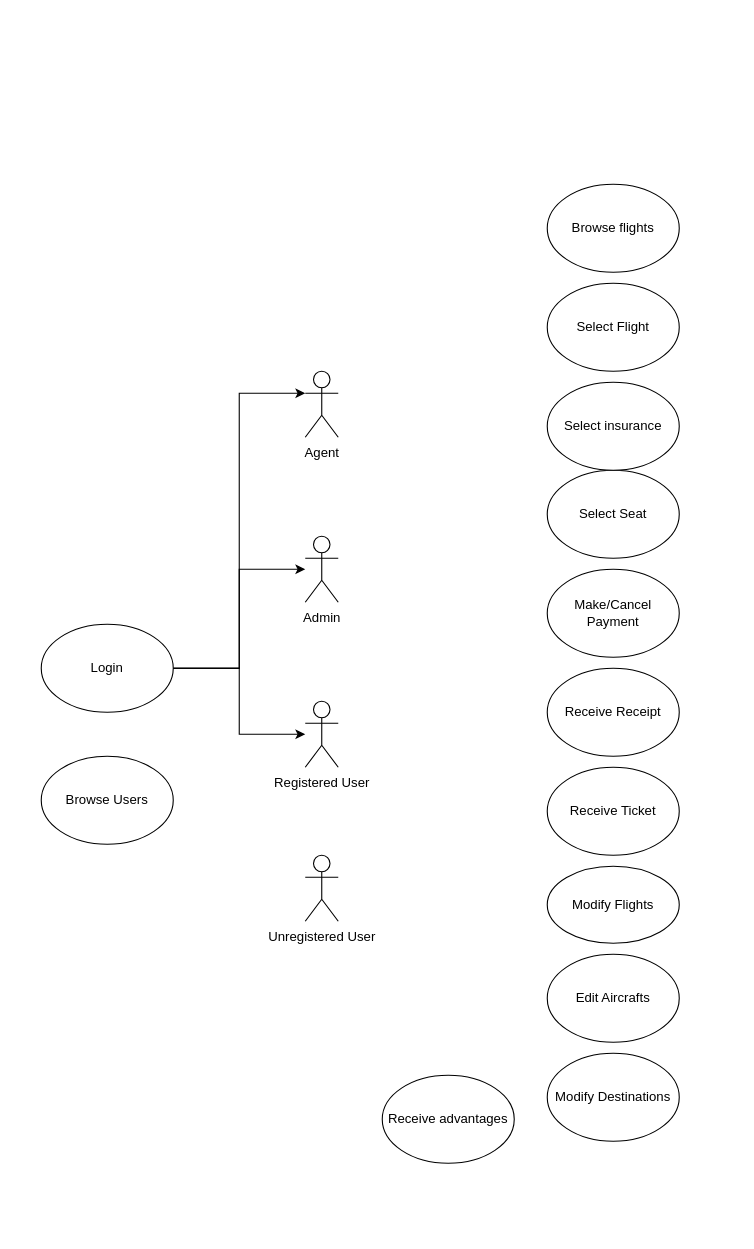
Earlier version of the draw.io diagram use_case_diagram.drawio (Not-Nimna/flight_reservation). Source tidied: cells renumbered, new cells numbered last; positions are measured from the earlier drawing's top-left corner, leaving out a move shared by most shapes. Both pictures are drawn from the tidied source at 110%, with x=0, y=0 at pixel (41, 184).
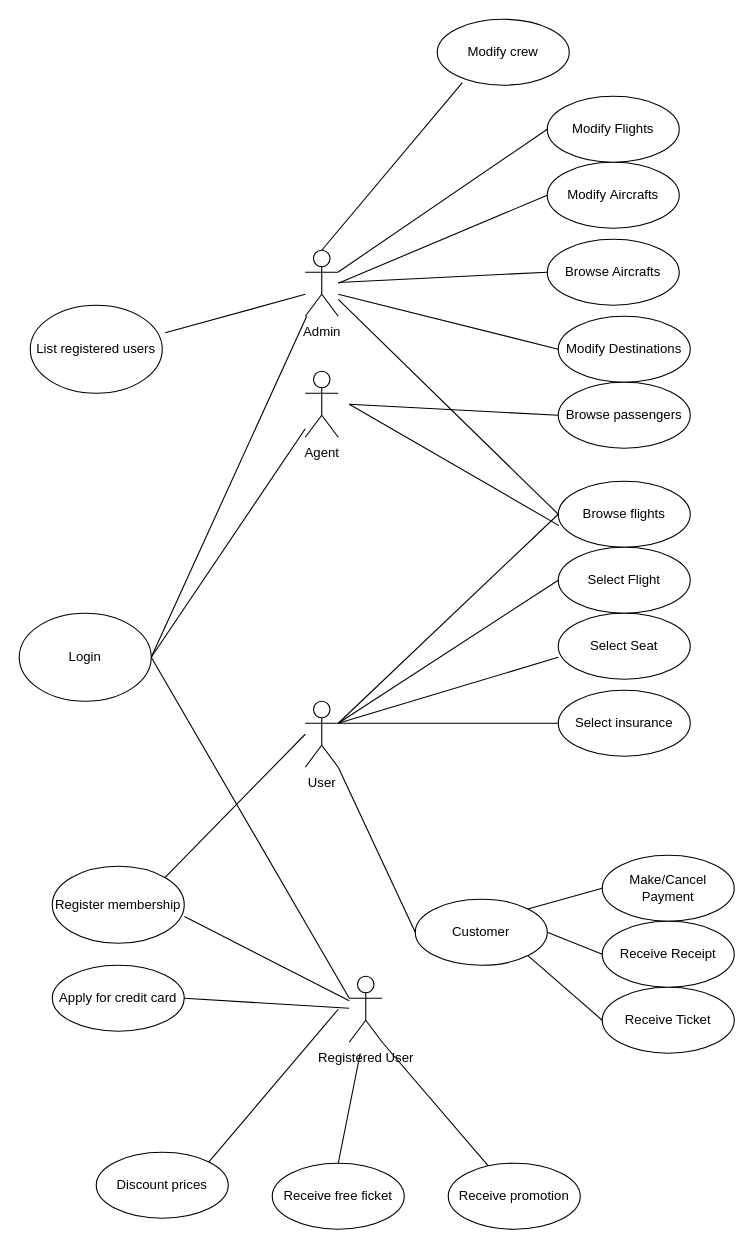
Above is the later version.

Unchanged cells that the change refers to:
```xml
<mxCell id="7" value="Agent" style="shape=umlActor;verticalLabelPosition=bottom;verticalAlign=top;html=1;outlineConnect=0;" parent="1" vertex="1">
  <mxGeometry x="240" y="170" width="30" height="60" as="geometry" />
</mxCell>
```

The edit, as a diff of the source:
```diff
@@
     <mxCell id="2" value="Browse flights" style="ellipse;whiteSpace=wrap;html=1;" parent="1" vertex="1">
-      <mxGeometry x="460" width="120" height="80" as="geometry" />
+      <mxGeometry x="470" y="270" width="120" height="60" as="geometry" />
     </mxCell>
     <mxCell id="3" value="Select Flight" style="ellipse;whiteSpace=wrap;html=1;" parent="1" vertex="1">
-      <mxGeometry x="460" y="90" width="120" height="80" as="geometry" />
+      <mxGeometry x="470" y="330" width="120" height="60" as="geometry" />
     </mxCell>
     <mxCell id="4" value="Admin" style="shape=umlActor;verticalLabelPosition=bottom;verticalAlign=top;html=1;outlineConnect=0;" parent="1" vertex="1">
-      <mxGeometry x="240" y="320" width="30" height="60" as="geometry" />
+      <mxGeometry x="240" y="60" width="30" height="60" as="geometry" />
     </mxCell>
-    <mxCell id="5" value="Registered User" style="shape=umlActor;verticalLabelPosition=bottom;verticalAlign=top;html=1;outlineConnect=0;" parent="1" vertex="1">
+    <mxCell id="5" value="User" style="shape=umlActor;verticalLabelPosition=bottom;verticalAlign=top;html=1;outlineConnect=0;" parent="1" vertex="1">
       <mxGeometry x="240" y="470" width="30" height="60" as="geometry" />
     </mxCell>
-    <mxCell id="6" value="Unregistered User" style="shape=umlActor;verticalLabelPosition=bottom;verticalAlign=top;html=1;" parent="1" vertex="1">
-      <mxGeometry x="240" y="610" width="30" height="60" as="geometry" />
-    </mxCell>
@@
     <mxCell id="8" value="Select Seat" style="ellipse;whiteSpace=wrap;html=1;" parent="1" vertex="1">
-      <mxGeometry x="460" y="260" width="120" height="80" as="geometry" />
+      <mxGeometry x="470" y="390" width="120" height="60" as="geometry" />
     </mxCell>
     <mxCell id="9" value="Select insurance" style="ellipse;whiteSpace=wrap;html=1;" parent="1" vertex="1">
-      <mxGeometry x="460" y="180" width="120" height="80" as="geometry" />
+      <mxGeometry x="470" y="460" width="120" height="60" as="geometry" />
     </mxCell>
     <mxCell id="10" value="Make/Cancel Payment" style="ellipse;whiteSpace=wrap;html=1;" parent="1" vertex="1">
-      <mxGeometry x="460" y="350" width="120" height="80" as="geometry" />
+      <mxGeometry x="510" y="610" width="120" height="60" as="geometry" />
     </mxCell>
     <mxCell id="11" value="Receive Ticket" style="ellipse;whiteSpace=wrap;html=1;" parent="1" vertex="1">
-      <mxGeometry x="460" y="530" width="120" height="80" as="geometry" />
+      <mxGeometry x="510" y="730" width="120" height="60" as="geometry" />
     </mxCell>
     <mxCell id="12" value="Receive Receipt" style="ellipse;whiteSpace=wrap;html=1;" parent="1" vertex="1">
-      <mxGeometry x="460" y="440" width="120" height="80" as="geometry" />
+      <mxGeometry x="510" y="670" width="120" height="60" as="geometry" />
     </mxCell>
-    <mxCell id="13" value="Edit Aircrafts" style="ellipse;whiteSpace=wrap;html=1;" parent="1" vertex="1">
-      <mxGeometry x="460" y="700" width="120" height="80" as="geometry" />
+    <mxCell id="13" value="Modify&amp;nbsp;Aircrafts" style="ellipse;whiteSpace=wrap;html=1;" parent="1" vertex="1">
+      <mxGeometry x="460" y="-20" width="120" height="60" as="geometry" />
     </mxCell>
     <mxCell id="14" value="Modify Destinations" style="ellipse;whiteSpace=wrap;html=1;" parent="1" vertex="1">
-      <mxGeometry x="460" y="790" width="120" height="80" as="geometry" />
+      <mxGeometry x="470" y="120" width="120" height="60" as="geometry" />
     </mxCell>
     <mxCell id="15" value="Modify Flights" style="ellipse;whiteSpace=wrap;html=1;" parent="1" vertex="1">
-      <mxGeometry x="460" y="620" width="120" height="70" as="geometry" />
+      <mxGeometry x="460" y="-80" width="120" height="60" as="geometry" />
     </mxCell>
-    <mxCell id="16" value="Browse Users" style="ellipse;whiteSpace=wrap;html=1;" parent="1" vertex="1">
-      <mxGeometry y="520" width="120" height="80" as="geometry" />
-    </mxCell>
+    <mxCell id="19" value="Login" style="ellipse;whiteSpace=wrap;html=1;" parent="1" vertex="1">
+      <mxGeometry x="-20" y="390" width="120" height="80" as="geometry" />
+    </mxCell>
+    <mxCell id="21" value="Apply for credit card" style="ellipse;whiteSpace=wrap;html=1;" parent="1" vertex="1">
+      <mxGeometry x="10" y="710" width="120" height="60" as="geometry" />
+    </mxCell>
+    <mxCell id="20" style="endArrow=none;html=1;rounded=0;exitX=1;exitY=0.5;exitDx=0;exitDy=0;" parent="1" edge="1" source="19" target="7">
+      <mxGeometry relative="1" as="geometry" />
+    </mxCell>
-    <mxCell id="17" style="edgeStyle=orthogonalEdgeStyle;rounded=0;jettySize=auto;html=1;" parent="1" edge="1" source="19" target="4">
-      <mxGeometry relative="1" as="geometry">
-        <Array as="points">
-          <mxPoint x="180" y="440" />
-          <mxPoint x="180" y="350" />
-        </Array>
-      </mxGeometry>
+    <mxCell id="17" style="endArrow=none;html=1;rounded=0;exitX=1;exitY=0.5;exitDx=0;exitDy=0;" parent="1" edge="1" source="19" target="4">
+      <mxGeometry relative="1" as="geometry" />
     </mxCell>
-    <mxCell id="18" style="edgeStyle=orthogonalEdgeStyle;rounded=0;jettySize=auto;html=1;" parent="1" edge="1" source="19" target="5">
-      <mxGeometry relative="1" as="geometry" />
-    </mxCell>
-    <mxCell id="19" value="Login" style="ellipse;whiteSpace=wrap;html=1;" parent="1" vertex="1">
-      <mxGeometry y="400" width="120" height="80" as="geometry" />
-    </mxCell>
-    <mxCell id="20" style="edgeStyle=orthogonalEdgeStyle;rounded=0;jettySize=auto;html=1;entryX=0;entryY=0.3333333333333333;entryDx=0;entryDy=0;entryPerimeter=0;" parent="1" edge="1" source="19" target="7">
-      <mxGeometry relative="1" as="geometry" />
-    </mxCell>
-    <mxCell id="21" value="Receive advantages" style="ellipse;whiteSpace=wrap;html=1;" parent="1" vertex="1">
-      <mxGeometry x="310" y="810" width="120" height="80" as="geometry" />
-    </mxCell>
+    <mxCell id="22" style="endArrow=none;html=1;rounded=0;exitX=1;exitY=0.5;exitDx=0;exitDy=0;entryX=0;entryY=0.3333333333333333;entryDx=0;entryDy=0;entryPerimeter=0;" parent="1" edge="1" source="19" target="34">
+      <mxGeometry relative="1" as="geometry" />
+    </mxCell>
+    <mxCell id="23" style="endArrow=none;html=1;rounded=0;entryX=0.006;entryY=0.672;entryDx=0;entryDy=0;entryPerimeter=0;" parent="1" edge="1" target="2">
+      <mxGeometry relative="1" as="geometry">
+        <mxPoint x="280" y="200" as="sourcePoint" />
+      </mxGeometry>
+    </mxCell>
+    <mxCell id="24" value="Browse passengers" style="ellipse;whiteSpace=wrap;html=1;" parent="1" vertex="1">
+      <mxGeometry x="470" y="180" width="120" height="60" as="geometry" />
+    </mxCell>
+    <mxCell id="25" style="endArrow=none;html=1;rounded=0;entryX=0;entryY=0.5;entryDx=0;entryDy=0;" parent="1" edge="1" target="24">
+      <mxGeometry relative="1" as="geometry">
+        <mxPoint x="280" y="200" as="sourcePoint" />
+      </mxGeometry>
+    </mxCell>
+    <mxCell id="26" style="endArrow=none;html=1;rounded=0;entryX=0;entryY=0.5;entryDx=0;entryDy=0;" parent="1" edge="1" source="4" target="15">
+      <mxGeometry relative="1" as="geometry" />
+    </mxCell>
+    <mxCell id="27" style="endArrow=none;html=1;rounded=0;entryX=0;entryY=0.5;entryDx=0;entryDy=0;" parent="1" edge="1" target="13">
+      <mxGeometry relative="1" as="geometry">
+        <mxPoint x="270" y="90" as="sourcePoint" />
+      </mxGeometry>
+    </mxCell>
+    <mxCell id="28" style="endArrow=none;html=1;rounded=0;entryX=0;entryY=0.5;entryDx=0;entryDy=0;" parent="1" edge="1" target="14">
+      <mxGeometry relative="1" as="geometry">
+        <mxPoint x="270" y="100" as="sourcePoint" />
+      </mxGeometry>
+    </mxCell>
+    <mxCell id="29" style="endArrow=none;html=1;rounded=0;entryX=0;entryY=0.5;entryDx=0;entryDy=0;" parent="1" edge="1" source="4" target="2">
+      <mxGeometry relative="1" as="geometry" />
+    </mxCell>
+    <mxCell id="30" style="endArrow=none;html=1;rounded=0;exitX=1;exitY=0.3333333333333333;exitDx=0;exitDy=0;exitPerimeter=0;entryX=0;entryY=0.5;entryDx=0;entryDy=0;" parent="1" edge="1" source="5" target="2">
+      <mxGeometry relative="1" as="geometry" />
+    </mxCell>
+    <mxCell id="31" style="endArrow=none;html=1;rounded=0;entryX=0;entryY=0.5;entryDx=0;entryDy=0;" parent="1" edge="1" target="3">
+      <mxGeometry relative="1" as="geometry">
+        <mxPoint x="270" y="490" as="sourcePoint" />
+      </mxGeometry>
+    </mxCell>
+    <mxCell id="32" style="endArrow=none;html=1;rounded=0;entryX=0;entryY=0.5;entryDx=0;entryDy=0;" parent="1" edge="1" target="9">
+      <mxGeometry relative="1" as="geometry">
+        <mxPoint x="270" y="490" as="sourcePoint" />
+      </mxGeometry>
+    </mxCell>
+    <mxCell id="33" style="endArrow=none;html=1;rounded=0;entryX=0;entryY=0.667;entryDx=0;entryDy=0;entryPerimeter=0;" parent="1" edge="1" target="8">
+      <mxGeometry relative="1" as="geometry">
+        <mxPoint x="270" y="490" as="sourcePoint" />
+      </mxGeometry>
+    </mxCell>
+    <mxCell id="34" value="Registered User" style="shape=umlActor;verticalLabelPosition=bottom;verticalAlign=top;html=1;outlineConnect=0;" parent="1" vertex="1">
+      <mxGeometry x="280" y="720" width="30" height="60" as="geometry" />
+    </mxCell>
+    <mxCell id="35" style="endArrow=none;html=1;rounded=0;entryX=1;entryY=0.5;entryDx=0;entryDy=0;" parent="1" edge="1" source="34" target="21">
+      <mxGeometry relative="1" as="geometry" />
+    </mxCell>
+    <mxCell id="36" value="Customer" style="ellipse;whiteSpace=wrap;html=1;" parent="1" vertex="1">
+      <mxGeometry x="340" y="650" width="120" height="60" as="geometry" />
+    </mxCell>
+    <mxCell id="37" style="endArrow=none;html=1;rounded=0;entryX=0;entryY=0.5;entryDx=0;entryDy=0;exitX=1;exitY=1;exitDx=0;exitDy=0;exitPerimeter=0;" parent="1" edge="1" source="5" target="36">
+      <mxGeometry relative="1" as="geometry" />
+    </mxCell>
+    <mxCell id="38" style="endArrow=none;html=1;rounded=0;exitX=1;exitY=0;exitDx=0;exitDy=0;entryX=0;entryY=0.5;entryDx=0;entryDy=0;" parent="1" edge="1" source="36" target="10">
+      <mxGeometry relative="1" as="geometry" />
+    </mxCell>
+    <mxCell id="39" style="endArrow=none;html=1;rounded=0;exitX=1;exitY=0.5;exitDx=0;exitDy=0;entryX=0;entryY=0.5;entryDx=0;entryDy=0;" parent="1" edge="1" source="36" target="12">
+      <mxGeometry relative="1" as="geometry" />
+    </mxCell>
+    <mxCell id="40" style="endArrow=none;html=1;rounded=0;exitX=1;exitY=1;exitDx=0;exitDy=0;entryX=0;entryY=0.5;entryDx=0;entryDy=0;" parent="1" edge="1" source="36" target="11">
+      <mxGeometry relative="1" as="geometry" />
+    </mxCell>
+    <mxCell id="41" value="Receive promotion" style="ellipse;whiteSpace=wrap;html=1;" parent="1" vertex="1">
+      <mxGeometry x="370" y="890" width="120" height="60" as="geometry" />
+    </mxCell>
+    <mxCell id="42" value="Register membership" style="ellipse;whiteSpace=wrap;html=1;" parent="1" vertex="1">
+      <mxGeometry x="10" y="620" width="120" height="70" as="geometry" />
+    </mxCell>
+    <mxCell id="43" value="Receive free ficket" style="ellipse;whiteSpace=wrap;html=1;" parent="1" vertex="1">
+      <mxGeometry x="210" y="890" width="120" height="60" as="geometry" />
+    </mxCell>
+    <mxCell id="44" style="endArrow=none;html=1;rounded=0;exitX=1;exitY=1;exitDx=0;exitDy=0;exitPerimeter=0;" parent="1" edge="1" source="34" target="41">
+      <mxGeometry relative="1" as="geometry" />
+    </mxCell>
+    <mxCell id="45" style="endArrow=none;html=1;rounded=0;entryX=0.5;entryY=0;entryDx=0;entryDy=0;" parent="1" edge="1" target="43">
+      <mxGeometry relative="1" as="geometry">
+        <mxPoint x="290" y="790" as="sourcePoint" />
+      </mxGeometry>
+    </mxCell>
+    <mxCell id="46" style="endArrow=none;html=1;rounded=0;entryX=1;entryY=0;entryDx=0;entryDy=0;" parent="1" edge="1" target="42">
+      <mxGeometry relative="1" as="geometry">
+        <mxPoint x="240" y="500" as="sourcePoint" />
+      </mxGeometry>
+    </mxCell>
+    <mxCell id="47" style="endArrow=none;html=1;rounded=0;exitX=1.002;exitY=0.652;exitDx=0;exitDy=0;exitPerimeter=0;" parent="1" edge="1" source="42" target="34">
+      <mxGeometry relative="1" as="geometry" />
+    </mxCell>
+    <mxCell id="48" value="Browse Aircrafts" style="ellipse;whiteSpace=wrap;html=1;" parent="1" vertex="1">
+      <mxGeometry x="460" y="50" width="120" height="60" as="geometry" />
+    </mxCell>
+    <mxCell id="49" style="endArrow=none;html=1;rounded=0;entryX=0;entryY=0.5;entryDx=0;entryDy=0;" parent="1" edge="1" source="4" target="48">
+      <mxGeometry relative="1" as="geometry" />
+    </mxCell>
+    <mxCell id="50" value="Modify crew" style="ellipse;whiteSpace=wrap;html=1;" parent="1" vertex="1">
+      <mxGeometry x="360" y="-150" width="120" height="60" as="geometry" />
+    </mxCell>
+    <mxCell id="51" style="endArrow=none;html=1;rounded=0;exitX=0.5;exitY=0;exitDx=0;exitDy=0;exitPerimeter=0;entryX=0.19;entryY=0.961;entryDx=0;entryDy=0;entryPerimeter=0;" parent="1" edge="1" source="4" target="50">
+      <mxGeometry relative="1" as="geometry" />
+    </mxCell>
+    <mxCell id="52" value="List registered users" style="ellipse;whiteSpace=wrap;html=1;" parent="1" vertex="1">
+      <mxGeometry x="-10" y="110" width="120" height="80" as="geometry" />
+    </mxCell>
+    <mxCell id="53" style="endArrow=none;html=1;rounded=0;exitX=1.023;exitY=0.313;exitDx=0;exitDy=0;exitPerimeter=0;" parent="1" edge="1" source="52">
+      <mxGeometry relative="1" as="geometry">
+        <mxPoint x="240" y="100" as="targetPoint" />
+      </mxGeometry>
+    </mxCell>
+    <mxCell id="54" value="Discount prices" style="ellipse;whiteSpace=wrap;html=1;" parent="1" vertex="1">
+      <mxGeometry x="50" y="880" width="120" height="60" as="geometry" />
+    </mxCell>
+    <mxCell id="55" style="endArrow=none;html=1;rounded=0;exitX=1;exitY=0;exitDx=0;exitDy=0;" parent="1" edge="1" source="54">
+      <mxGeometry relative="1" as="geometry">
+        <mxPoint x="270" y="750" as="targetPoint" />
+      </mxGeometry>
+    </mxCell>
```
